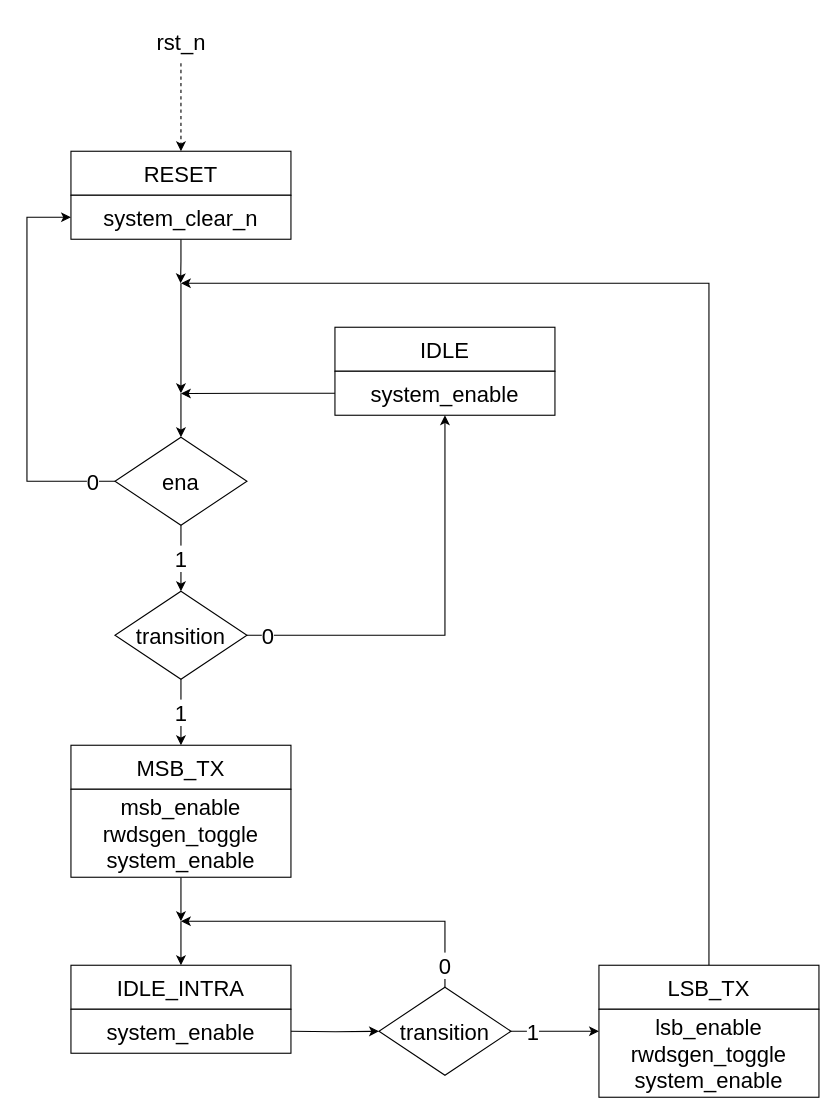
Before: page "DDR_to_SDR_converter_CU" (8 of 14) of hyperram_system/ip/avs_hram_converter/schematics/avs_hram_converter.drawio in AndreaBononi/Intel_Cyclone10LP_systems, a draw.io diagram. Source tidied: cells renumbered, new cells numbered last; positions are measured from the earlier drawing's top-left corner, leaving out a move shared by most shapes. Both pictures are drawn from the tidied source at 110%, with x=0, y=0 at pixel (26, 19).
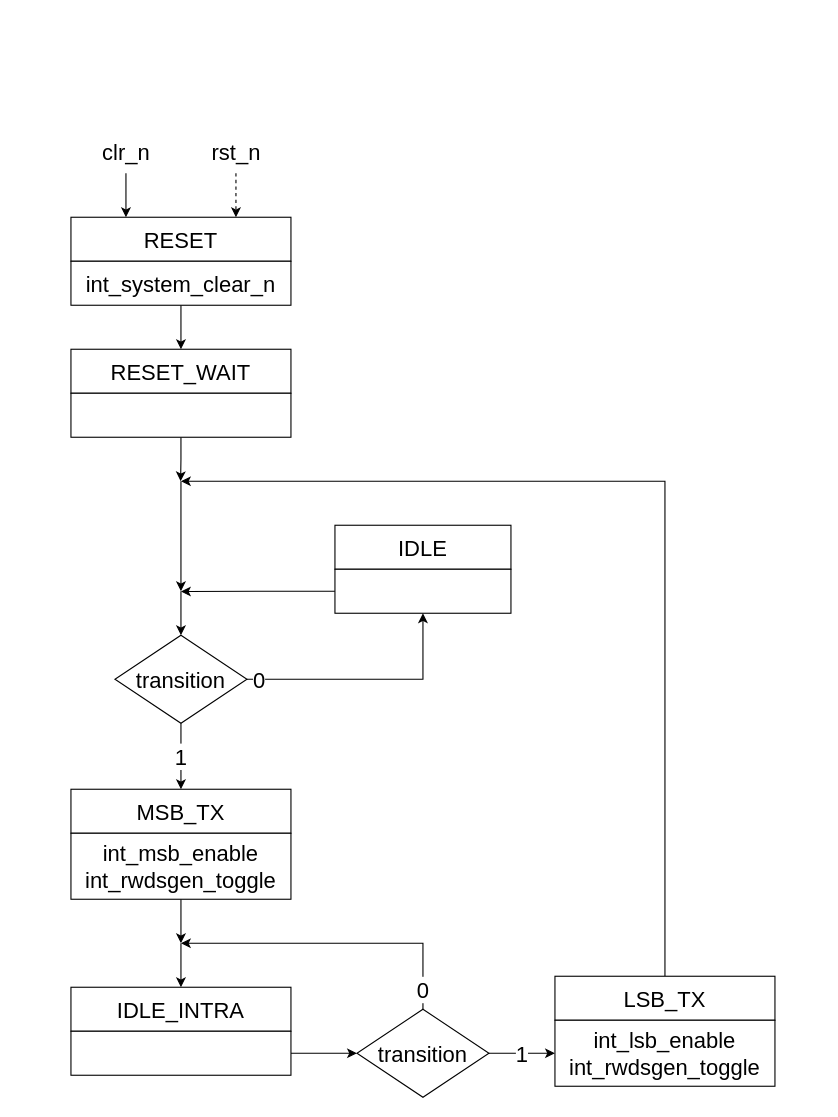
The same page after the edit.

Diff of the diagram source:
```diff
@@
-    <mxCell id="2" style="edgeStyle=orthogonalEdgeStyle;rounded=0;jettySize=auto;html=1;entryX=0.5;entryY=0;entryDx=0;entryDy=0;dashed=1;" parent="1" edge="1" target="4">
+    <mxCell id="2" style="edgeStyle=orthogonalEdgeStyle;rounded=0;jettySize=auto;html=1;entryX=0.75;entryY=0;entryDx=0;entryDy=0;dashed=1;" parent="1" edge="1" target="4">
       <mxGeometry relative="1" as="geometry">
-        <mxPoint x="140" y="40" as="sourcePoint" />
+        <mxPoint x="190" y="140" as="sourcePoint" />
         <Array as="points">
-          <mxPoint x="140" y="100" />
-          <mxPoint x="140" y="100" />
+          <mxPoint x="190" y="160" />
+          <mxPoint x="190" y="160" />
         </Array>
       </mxGeometry>
     </mxCell>
@@
+    <mxCell id="32" style="edgeStyle=orthogonalEdgeStyle;rounded=0;jettySize=auto;html=1;exitX=0.25;exitY=0;exitDx=0;exitDy=0;entryX=0.25;entryY=0;entryDx=0;entryDy=0;" parent="1" edge="1" target="4">
+      <mxGeometry relative="1" as="geometry">
+        <mxPoint x="90" y="140" as="sourcePoint" />
+        <Array as="points">
+          <mxPoint x="90" y="150" />
+          <mxPoint x="90" y="150" />
+        </Array>
+      </mxGeometry>
+    </mxCell>
     <mxCell id="4" value="&lt;font style=&quot;font-size: 20px;&quot;&gt;RESET&lt;/font&gt;" style="rounded=0;whiteSpace=wrap;html=1;" parent="1" vertex="1">
-      <mxGeometry x="40" y="120" width="200" height="40" as="geometry" />
+      <mxGeometry x="40" y="180" width="200" height="40" as="geometry" />
     </mxCell>
-    <mxCell id="5" style="edgeStyle=orthogonalEdgeStyle;rounded=0;jettySize=auto;html=1;exitX=0.5;exitY=1;exitDx=0;exitDy=0;" parent="1" edge="1" source="6">
+    <mxCell id="5" style="edgeStyle=orthogonalEdgeStyle;rounded=0;jettySize=auto;html=1;exitX=0.5;exitY=1;exitDx=0;exitDy=0;" parent="1" edge="1" source="36">
       <mxGeometry relative="1" as="geometry">
-        <mxPoint x="139.7" y="240" as="targetPoint" />
-        <Array as="points">
-          <mxPoint x="140" y="220" />
-          <mxPoint x="140" y="220" />
-        </Array>
+        <mxPoint x="139.7" y="420" as="targetPoint" />
       </mxGeometry>
     </mxCell>
+    <mxCell id="33" style="edgeStyle=orthogonalEdgeStyle;rounded=0;jettySize=auto;html=1;exitX=0.5;exitY=1;exitDx=0;exitDy=0;entryX=0.5;entryY=0;entryDx=0;entryDy=0;" parent="1" edge="1" source="6" target="35">
+      <mxGeometry relative="1" as="geometry" />
+    </mxCell>
-    <mxCell id="6" value="&lt;font style=&quot;font-size: 20px;&quot;&gt;system_clear_n&lt;/font&gt;" style="rounded=0;whiteSpace=wrap;html=1;" parent="1" vertex="1">
-      <mxGeometry x="40" y="160" width="200" height="40" as="geometry" />
+    <mxCell id="6" value="&lt;font style=&quot;font-size: 20px;&quot;&gt;int_system_clear_n&lt;/font&gt;" style="rounded=0;whiteSpace=wrap;html=1;" parent="1" vertex="1">
+      <mxGeometry x="40" y="220" width="200" height="40" as="geometry" />
     </mxCell>
     <mxCell id="7" value="&lt;font style=&quot;font-size: 20px;&quot;&gt;IDLE&lt;/font&gt;" style="rounded=0;whiteSpace=wrap;html=1;" parent="1" vertex="1">
-      <mxGeometry x="280" y="280" width="200" height="40" as="geometry" />
+      <mxGeometry x="280" y="460" width="160" height="40" as="geometry" />
     </mxCell>
     <mxCell id="8" style="edgeStyle=orthogonalEdgeStyle;rounded=0;orthogonalLoop=1;jettySize=auto;html=1;" parent="1" edge="1">
       <mxGeometry relative="1" as="geometry">
-        <mxPoint x="140" y="240" as="sourcePoint" />
-        <mxPoint x="140" y="340" as="targetPoint" />
+        <mxPoint x="140" y="420" as="sourcePoint" />
+        <mxPoint x="140" y="520" as="targetPoint" />
         <Array as="points">
-          <mxPoint x="140" y="260" />
-          <mxPoint x="140" y="260" />
+          <mxPoint x="140" y="440" />
+          <mxPoint x="140" y="440" />
         </Array>
       </mxGeometry>
     </mxCell>
     <mxCell id="9" style="edgeStyle=orthogonalEdgeStyle;rounded=0;jettySize=auto;html=1;exitX=0;exitY=0.5;exitDx=0;exitDy=0;" parent="1" edge="1" source="10">
       <mxGeometry relative="1" as="geometry">
-        <mxPoint x="140" y="340.3" as="targetPoint" />
+        <mxPoint x="140" y="520.3" as="targetPoint" />
       </mxGeometry>
     </mxCell>
-    <mxCell id="10" value="&lt;font style=&quot;font-size: 20px;&quot;&gt;system_enable&lt;/font&gt;" style="rounded=0;whiteSpace=wrap;html=1;" parent="1" vertex="1">
-      <mxGeometry x="280" y="320" width="200" height="40" as="geometry" />
+    <mxCell id="10" style="rounded=0;whiteSpace=wrap;html=1;" parent="1" vertex="1">
+      <mxGeometry x="280" y="500" width="160" height="40" as="geometry" />
     </mxCell>
     <mxCell id="11" value="&lt;font style=&quot;font-size: 20px;&quot;&gt;rst_n&lt;/font&gt;" style="text;html=1;align=center;verticalAlign=middle;strokeColor=none;fillColor=none;" parent="1" vertex="1">
-      <mxGeometry x="105" width="70" height="40" as="geometry" />
+      <mxGeometry x="155" y="100" width="70" height="40" as="geometry" />
     </mxCell>
-    <mxCell id="12" value="&lt;font style=&quot;font-size: 20px;&quot;&gt;0&lt;/font&gt;" style="edgeStyle=orthogonalEdgeStyle;rounded=0;jettySize=auto;html=1;exitX=0;exitY=0.5;exitDx=0;exitDy=0;entryX=0;entryY=0.5;entryDx=0;entryDy=0;" parent="1" edge="1" source="15" target="6">
-      <mxGeometry x="-0.89" relative="1" as="geometry">
-        <Array as="points">
-          <mxPoint y="420" />
-          <mxPoint y="180" />
-        </Array>
-      </mxGeometry>
-    </mxCell>
-    <mxCell id="13" value="&lt;font style=&quot;font-size: 20px;&quot;&gt;1&lt;/font&gt;" style="edgeStyle=orthogonalEdgeStyle;rounded=0;jettySize=auto;html=1;exitX=0.5;exitY=1;exitDx=0;exitDy=0;entryX=0.5;entryY=0;entryDx=0;entryDy=0;" parent="1" edge="1" source="15" target="18">
-      <mxGeometry relative="1" as="geometry" />
-    </mxCell>
-    <mxCell id="14" style="edgeStyle=orthogonalEdgeStyle;rounded=0;jettySize=auto;html=1;entryX=0.5;entryY=0;entryDx=0;entryDy=0;" parent="1" edge="1" target="15">
+    <mxCell id="14" style="edgeStyle=orthogonalEdgeStyle;rounded=0;jettySize=auto;html=1;entryX=0.5;entryY=0;entryDx=0;entryDy=0;" parent="1" edge="1" target="18">
       <mxGeometry relative="1" as="geometry">
-        <mxPoint x="140" y="340" as="sourcePoint" />
+        <mxPoint x="140" y="520" as="sourcePoint" />
         <Array as="points">
-          <mxPoint x="140" y="340" />
-          <mxPoint x="140" y="340" />
+          <mxPoint x="140" y="530" />
+          <mxPoint x="140" y="530" />
         </Array>
       </mxGeometry>
     </mxCell>
-    <mxCell id="15" value="&lt;font style=&quot;font-size: 20px;&quot;&gt;ena&lt;/font&gt;" style="rhombus;whiteSpace=wrap;html=1;" parent="1" vertex="1">
-      <mxGeometry x="80" y="380" width="120" height="80" as="geometry" />
-    </mxCell>
     <mxCell id="16" value="&lt;font style=&quot;font-size: 20px;&quot;&gt;0&lt;/font&gt;" style="edgeStyle=orthogonalEdgeStyle;rounded=0;jettySize=auto;html=1;exitX=1;exitY=0.5;exitDx=0;exitDy=0;entryX=0.5;entryY=1;entryDx=0;entryDy=0;" parent="1" edge="1" source="18" target="10">
       <mxGeometry x="-0.9" relative="1" as="geometry">
         <Array as="points">
-          <mxPoint x="380" y="560" />
+          <mxPoint x="360" y="600" />
         </Array>
       </mxGeometry>
     </mxCell>
     <mxCell id="17" value="&lt;font style=&quot;font-size: 20px;&quot;&gt;1&lt;/font&gt;" style="edgeStyle=orthogonalEdgeStyle;rounded=0;jettySize=auto;html=1;exitX=0.5;exitY=1;exitDx=0;exitDy=0;" parent="1" edge="1" source="18">
       <mxGeometry relative="1" as="geometry">
-        <mxPoint x="140" y="660" as="targetPoint" />
+        <mxPoint x="140" y="700" as="targetPoint" />
         <Array as="points">
-          <mxPoint x="140" y="660" />
+          <mxPoint x="140" y="700" />
         </Array>
       </mxGeometry>
     </mxCell>
     <mxCell id="18" value="&lt;font style=&quot;font-size: 20px;&quot;&gt;transition&lt;/font&gt;" style="rhombus;whiteSpace=wrap;html=1;" parent="1" vertex="1">
-      <mxGeometry x="80" y="520" width="120" height="80" as="geometry" />
+      <mxGeometry x="80" y="560" width="120" height="80" as="geometry" />
     </mxCell>
     <mxCell id="19" value="&lt;font style=&quot;font-size: 20px;&quot;&gt;MSB_TX&lt;/font&gt;" style="rounded=0;whiteSpace=wrap;html=1;" parent="1" vertex="1">
-      <mxGeometry x="40" y="660" width="200" height="40" as="geometry" />
+      <mxGeometry x="40" y="700" width="200" height="40" as="geometry" />
     </mxCell>
     <mxCell id="20" style="edgeStyle=orthogonalEdgeStyle;rounded=0;jettySize=auto;html=1;exitX=1;exitY=0.25;exitDx=0;exitDy=0;entryX=0;entryY=0.5;entryDx=0;entryDy=0;" parent="1" edge="1" target="25">
       <mxGeometry relative="1" as="geometry">
-        <mxPoint x="240" y="920" as="sourcePoint" />
+        <mxPoint x="240" y="940" as="sourcePoint" />
+        <Array as="points">
+          <mxPoint x="250" y="940" />
+          <mxPoint x="250" y="940" />
+        </Array>
       </mxGeometry>
     </mxCell>
     <mxCell id="21" style="edgeStyle=orthogonalEdgeStyle;rounded=0;jettySize=auto;html=1;" parent="1" edge="1" source="22">
       <mxGeometry relative="1" as="geometry">
-        <mxPoint x="140" y="820" as="targetPoint" />
+        <mxPoint x="140" y="840" as="targetPoint" />
       </mxGeometry>
     </mxCell>
-    <mxCell id="22" value="&lt;div style=&quot;font-size: 20px;&quot;&gt;&lt;font style=&quot;font-size: 20px;&quot;&gt;msb_enable&lt;/font&gt;&lt;/div&gt;&lt;div style=&quot;font-size: 20px;&quot;&gt;&lt;font style=&quot;font-size: 20px;&quot;&gt;rwdsgen_toggle&lt;font style=&quot;font-size: 20px;&quot;&gt;&lt;br&gt;&lt;/font&gt;&lt;/font&gt;&lt;/div&gt;&lt;div style=&quot;font-size: 20px;&quot;&gt;system_enable&lt;br&gt;&lt;/div&gt;" style="rounded=0;whiteSpace=wrap;html=1;" parent="1" vertex="1">
-      <mxGeometry x="40" y="700" width="200" height="80" as="geometry" />
+    <mxCell id="22" value="&lt;div style=&quot;font-size: 20px;&quot;&gt;&lt;font style=&quot;font-size: 20px;&quot;&gt;int_msb_enable&lt;/font&gt;&lt;/div&gt;&lt;div style=&quot;font-size: 20px;&quot;&gt;&lt;font style=&quot;font-size: 20px;&quot;&gt;int_rwdsgen_toggle&lt;font style=&quot;font-size: 20px;&quot;&gt;&lt;br&gt;&lt;/font&gt;&lt;/font&gt;&lt;/div&gt;" style="rounded=0;whiteSpace=wrap;html=1;" parent="1" vertex="1">
+      <mxGeometry x="40" y="740" width="200" height="60" as="geometry" />
     </mxCell>
     <mxCell id="23" value="&lt;font style=&quot;font-size: 20px;&quot;&gt;0&lt;/font&gt;" style="edgeStyle=orthogonalEdgeStyle;rounded=0;jettySize=auto;html=1;exitX=0.5;exitY=0;exitDx=0;exitDy=0;" parent="1" edge="1" source="25">
       <mxGeometry x="-0.87" relative="1" as="geometry">
-        <mxPoint x="140" y="820" as="targetPoint" />
+        <mxPoint x="140" y="840" as="targetPoint" />
         <Array as="points">
-          <mxPoint x="380" y="820" />
+          <mxPoint x="360" y="840" />
         </Array>
       </mxGeometry>
     </mxCell>
-    <mxCell id="24" value="&lt;font style=&quot;font-size: 20px;&quot;&gt;1&lt;/font&gt;" style="edgeStyle=orthogonalEdgeStyle;rounded=0;jettySize=auto;html=1;exitX=1;exitY=0.5;exitDx=0;exitDy=0;entryX=0;entryY=0.25;entryDx=0;entryDy=0;" parent="1" edge="1" source="25" target="28">
-      <mxGeometry x="-0.5" relative="1" as="geometry" />
+    <mxCell id="24" value="&lt;font style=&quot;font-size: 20px;&quot;&gt;1&lt;/font&gt;" style="edgeStyle=orthogonalEdgeStyle;rounded=0;jettySize=auto;html=1;exitX=1;exitY=0.5;exitDx=0;exitDy=0;entryX=0;entryY=0.5;entryDx=0;entryDy=0;" parent="1" edge="1" source="25" target="28">
+      <mxGeometry relative="1" as="geometry" />
     </mxCell>
     <mxCell id="25" value="&lt;font style=&quot;font-size: 20px;&quot;&gt;transition&lt;/font&gt;" style="rhombus;whiteSpace=wrap;html=1;" parent="1" vertex="1">
-      <mxGeometry x="320" y="880" width="120" height="80" as="geometry" />
+      <mxGeometry x="300" y="900" width="120" height="80" as="geometry" />
     </mxCell>
     <mxCell id="26" style="edgeStyle=orthogonalEdgeStyle;rounded=0;jettySize=auto;html=1;exitX=0.5;exitY=0;exitDx=0;exitDy=0;" parent="1" edge="1" source="27">
       <mxGeometry relative="1" as="geometry">
-        <mxPoint x="140" y="240" as="targetPoint" />
+        <mxPoint x="140" y="420" as="targetPoint" />
         <Array as="points">
-          <mxPoint x="620" y="240" />
-          <mxPoint x="140" y="240" />
+          <mxPoint x="580" y="420" />
         </Array>
       </mxGeometry>
     </mxCell>
     <mxCell id="27" value="&lt;font style=&quot;font-size: 20px;&quot;&gt;LSB_TX&lt;/font&gt;" style="rounded=0;whiteSpace=wrap;html=1;" parent="1" vertex="1">
-      <mxGeometry x="520" y="860" width="200" height="40" as="geometry" />
+      <mxGeometry x="480" y="870" width="200" height="40" as="geometry" />
     </mxCell>
-    <mxCell id="28" value="&lt;div style=&quot;font-size: 20px;&quot;&gt;&lt;font style=&quot;font-size: 20px;&quot;&gt;lsb_enable&lt;/font&gt;&lt;/div&gt;&lt;div style=&quot;font-size: 20px;&quot;&gt;&lt;font style=&quot;font-size: 20px;&quot;&gt;rwdsgen_toggle&lt;font style=&quot;font-size: 20px;&quot;&gt;&lt;br&gt;&lt;/font&gt;&lt;/font&gt;&lt;/div&gt;&lt;div&gt;&lt;font style=&quot;font-size: 20px;&quot;&gt;system_enable&lt;/font&gt;&lt;/div&gt;" style="rounded=0;whiteSpace=wrap;html=1;" parent="1" vertex="1">
-      <mxGeometry x="520" y="900" width="200" height="80" as="geometry" />
+    <mxCell id="28" value="&lt;div style=&quot;font-size: 20px;&quot;&gt;&lt;font style=&quot;font-size: 20px;&quot;&gt;int_lsb_enable&lt;/font&gt;&lt;/div&gt;&lt;div style=&quot;font-size: 20px;&quot;&gt;&lt;font style=&quot;font-size: 20px;&quot;&gt;int_rwdsgen_toggle&lt;font style=&quot;font-size: 20px;&quot;&gt;&lt;br&gt;&lt;/font&gt;&lt;/font&gt;&lt;/div&gt;" style="rounded=0;whiteSpace=wrap;html=1;" parent="1" vertex="1">
+      <mxGeometry x="480" y="910" width="200" height="60" as="geometry" />
     </mxCell>
     <mxCell id="29" style="edgeStyle=orthogonalEdgeStyle;rounded=0;jettySize=auto;html=1;exitX=0.5;exitY=0;exitDx=0;exitDy=0;entryX=0.5;entryY=0;entryDx=0;entryDy=0;" parent="1" edge="1" target="30">
       <mxGeometry relative="1" as="geometry">
-        <mxPoint x="140" y="820" as="sourcePoint" />
+        <mxPoint x="140" y="840" as="sourcePoint" />
         <Array as="points">
-          <mxPoint x="140" y="830" />
-          <mxPoint x="140" y="830" />
+          <mxPoint x="140" y="850" />
+          <mxPoint x="140" y="850" />
         </Array>
       </mxGeometry>
     </mxCell>
     <mxCell id="30" value="&lt;font style=&quot;font-size: 20px;&quot;&gt;IDLE_INTRA&lt;/font&gt;" style="rounded=0;whiteSpace=wrap;html=1;" parent="1" vertex="1">
-      <mxGeometry x="40" y="860" width="200" height="40" as="geometry" />
+      <mxGeometry x="40" y="880" width="200" height="40" as="geometry" />
     </mxCell>
-    <mxCell id="31" value="&lt;div style=&quot;font-size: 20px;&quot;&gt;system_enable&lt;br&gt;&lt;/div&gt;" style="rounded=0;whiteSpace=wrap;html=1;" parent="1" vertex="1">
-      <mxGeometry x="40" y="900" width="200" height="40" as="geometry" />
+    <mxCell id="31" style="rounded=0;whiteSpace=wrap;html=1;" parent="1" vertex="1">
+      <mxGeometry x="40" y="920" width="200" height="40" as="geometry" />
     </mxCell>
+    <mxCell id="34" value="&lt;font style=&quot;font-size: 20px;&quot;&gt;clr_n&lt;/font&gt;" style="text;html=1;align=center;verticalAlign=middle;strokeColor=none;fillColor=none;" parent="1" vertex="1">
+      <mxGeometry x="55" y="100" width="70" height="40" as="geometry" />
+    </mxCell>
+    <mxCell id="35" value="&lt;font style=&quot;font-size: 20px;&quot;&gt;RESET_WAIT&lt;/font&gt;" style="rounded=0;whiteSpace=wrap;html=1;" parent="1" vertex="1">
+      <mxGeometry x="40" y="300" width="200" height="40" as="geometry" />
+    </mxCell>
+    <mxCell id="36" style="rounded=0;whiteSpace=wrap;html=1;" parent="1" vertex="1">
+      <mxGeometry x="40" y="340" width="200" height="40" as="geometry" />
+    </mxCell>
```
